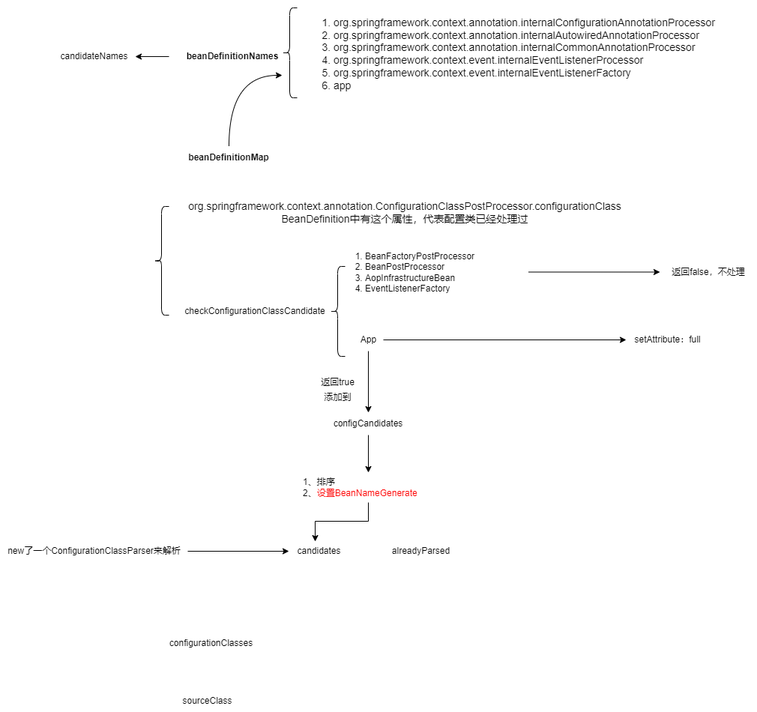
This is Spring/Spring源码分析.png from wjb0823/drawio, a draw.io export, as it was before one commit. Source tidied: cells renumbered, new cells last; positions are measured from the earlier drawing's top-left corner, leaving out a move shared by most shapes.
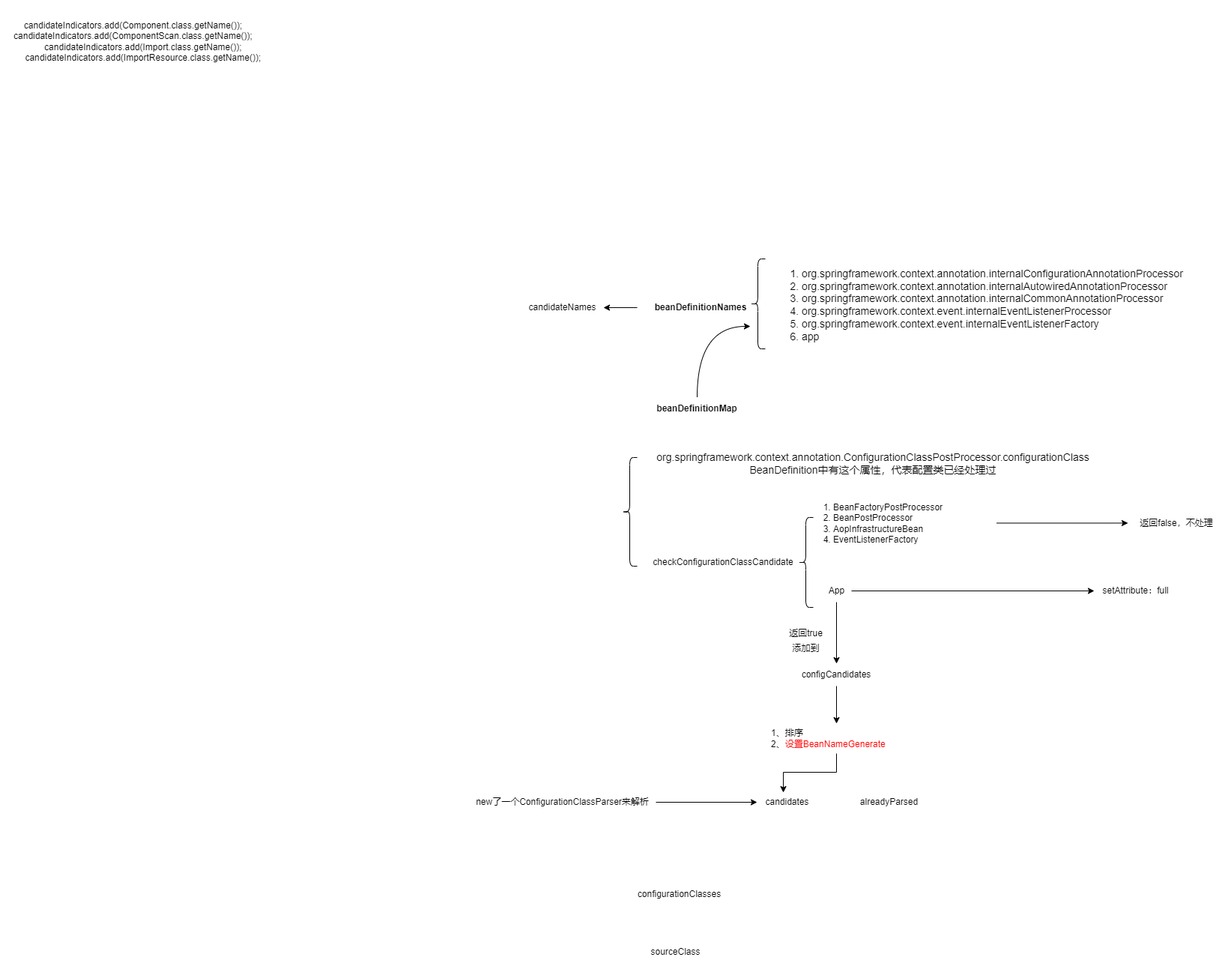
After the change.

Commit message:
更新Spring源码分析.png

What changed in the source:
```diff
@@ -92,5 +92,8 @@
     <mxCell id="31" value="sourceClass" style="text;html=1;align=center;verticalAlign=middle;strokeColor=none;fillColor=none;" parent="1" vertex="1">
       <mxGeometry x="233" y="920" width="85" height="30" as="geometry" />
     </mxCell>
+    <mxCell id="32" value="&lt;div&gt;candidateIndicators.add(Component.class.getName());&lt;/div&gt;&lt;div&gt;candidateIndicators.add(ComponentScan.class.getName());&lt;span style=&quot;&quot;&gt;&lt;/span&gt;&lt;/div&gt;&lt;div&gt;&lt;span style=&quot;&quot;&gt;&lt;span style=&quot;&quot;&gt;&lt;span style=&quot;white-space: pre;&quot;&gt;&amp;nbsp;&amp;nbsp;&amp;nbsp;&amp;nbsp;&lt;/span&gt;&lt;span style=&quot;white-space: pre;&quot;&gt;&amp;nbsp;&amp;nbsp;&amp;nbsp;&amp;nbsp;&lt;/span&gt;&lt;/span&gt;candidateIndicators.add(Import.class.getName());&lt;/span&gt;&lt;/div&gt;&lt;div&gt;&lt;span style=&quot;&quot;&gt;&lt;span style=&quot;&quot;&gt;&lt;span style=&quot;white-space: pre;&quot;&gt;&amp;nbsp;&amp;nbsp;&amp;nbsp;&amp;nbsp;&lt;/span&gt;&lt;span style=&quot;white-space: pre;&quot;&gt;&amp;nbsp;&amp;nbsp;&amp;nbsp;&amp;nbsp;&lt;/span&gt;&lt;/span&gt;candidateIndicators.add(ImportResource.class.getName());&lt;/span&gt;&lt;/div&gt;" style="text;html=1;strokeColor=none;fillColor=none;align=center;verticalAlign=middle;whiteSpace=wrap;rounded=0;" parent="1" vertex="1">
+      <mxGeometry x="-625" y="-335" width="355" height="110" as="geometry" />
+    </mxCell>
   </root>
 </mxGraphModel>
```
